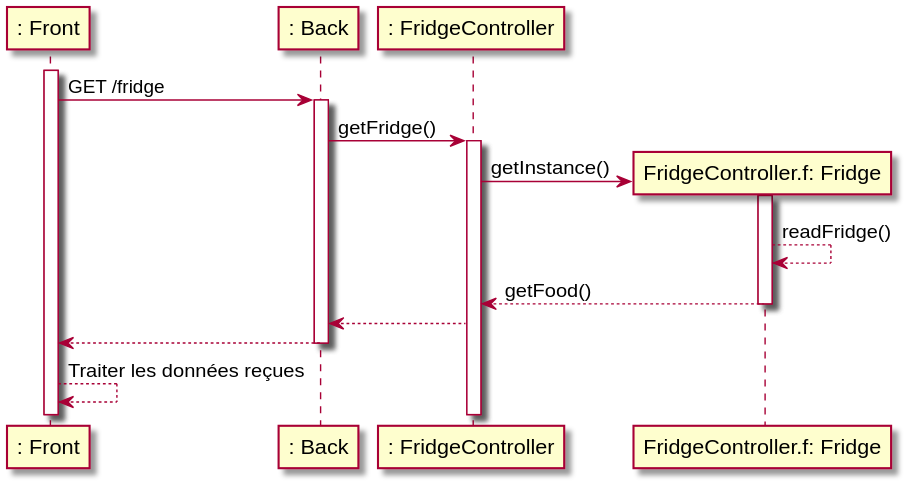
Above: docs/diagram/out/getFridge.svg in romainvacheret/wadge-backend (PlantUML), before the change.
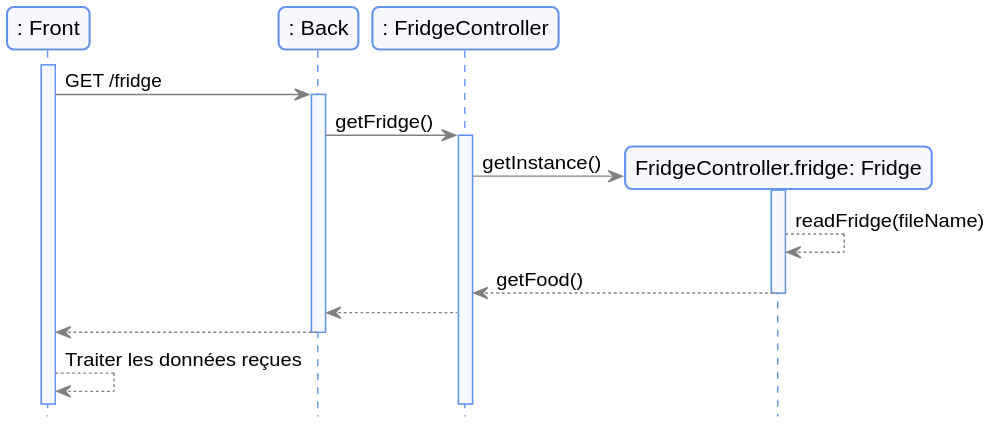
The same diagram one commit later.

The edit, as a diff of the source:
```diff
@@ -1,22 +1,24 @@
 @startuml getFridge
-participant ": Front" as ft
-participant ": Back" as bk
-participant ": FridgeController" as fc
+    !include ../style/commons.style
 
-activate ft
-ft -> bk: GET /fridge
-activate bk
-bk -> fc: getFridge()
-activate fc
-create "FridgeController.f: Fridge" as f
-fc -> f: getInstance()
-activate f
-f --> f: readFridge()
-f --> fc: getFood()
-deactivate f
-fc --> bk
-bk --> ft
-deactivate bk
-ft <-- ft: Traiter les données reçues
+    participant ": Front" as ft
+    participant ": Back" as bk
+    participant ": FridgeController" as fc
+
+    activate ft
+    ft -> bk: GET /fridge
+    activate bk
+    bk -> fc: getFridge()
+    activate fc
+    create "FridgeController.fridge: Fridge" as f
+    fc -> f: getInstance()
+    activate f
+    f --> f: readFridge(fileName)
+    f --> fc: getFood()
+    deactivate f
+    fc --> bk
+    bk --> ft
+    deactivate bk
+    ft <-- ft: Traiter les données reçues
 
 @enduml
```
